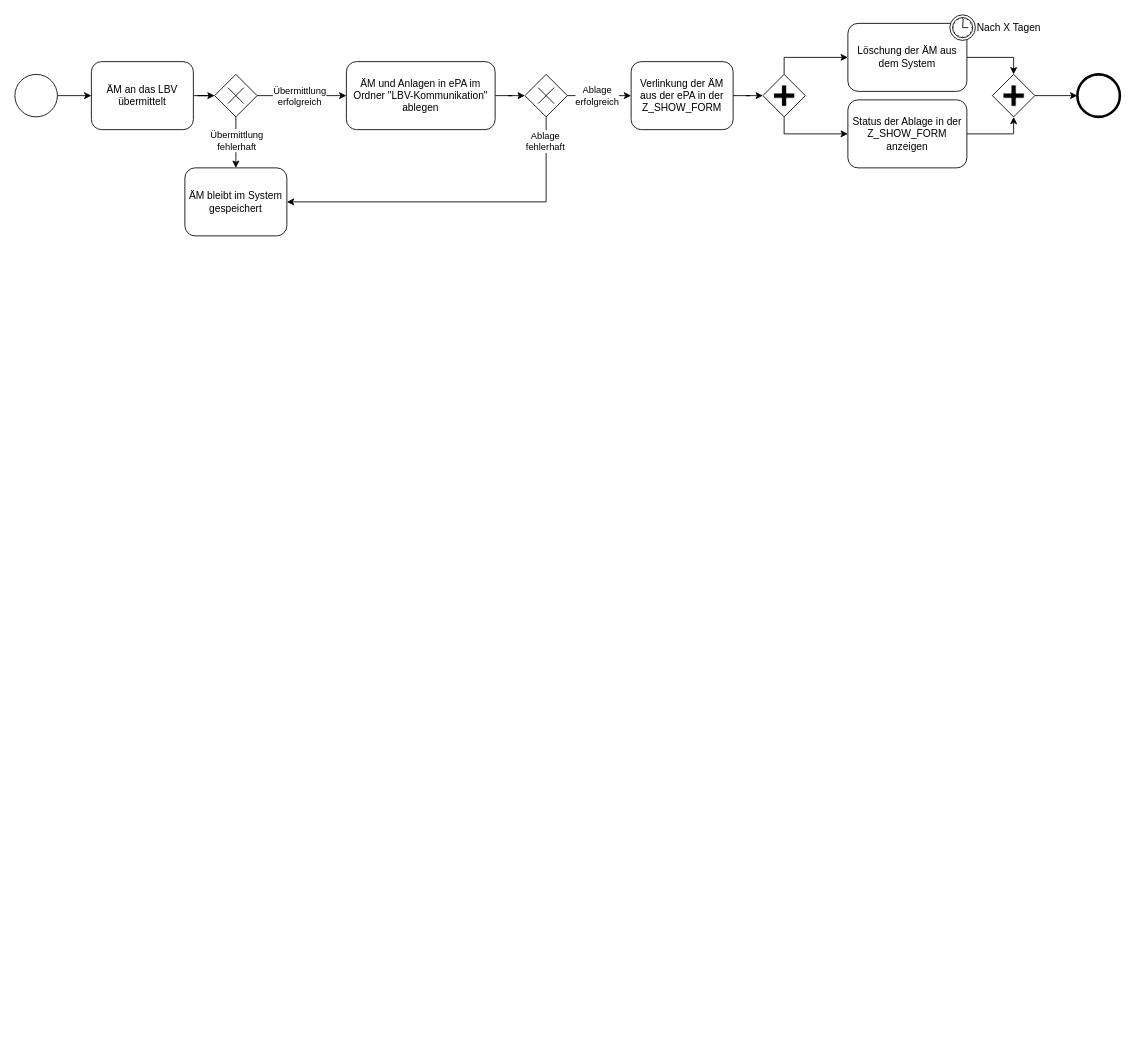
The draw.io diagram ePA.drawio in Fa8io/Sequenzdiagramm, before the edit. Source tidied: cells renumbered, new cells numbered last; positions are measured from the earlier drawing's top-left corner, leaving out a move shared by most shapes. Both pictures are drawn from the tidied source at 85%, with x=0, y=0 at pixel (14, 14).
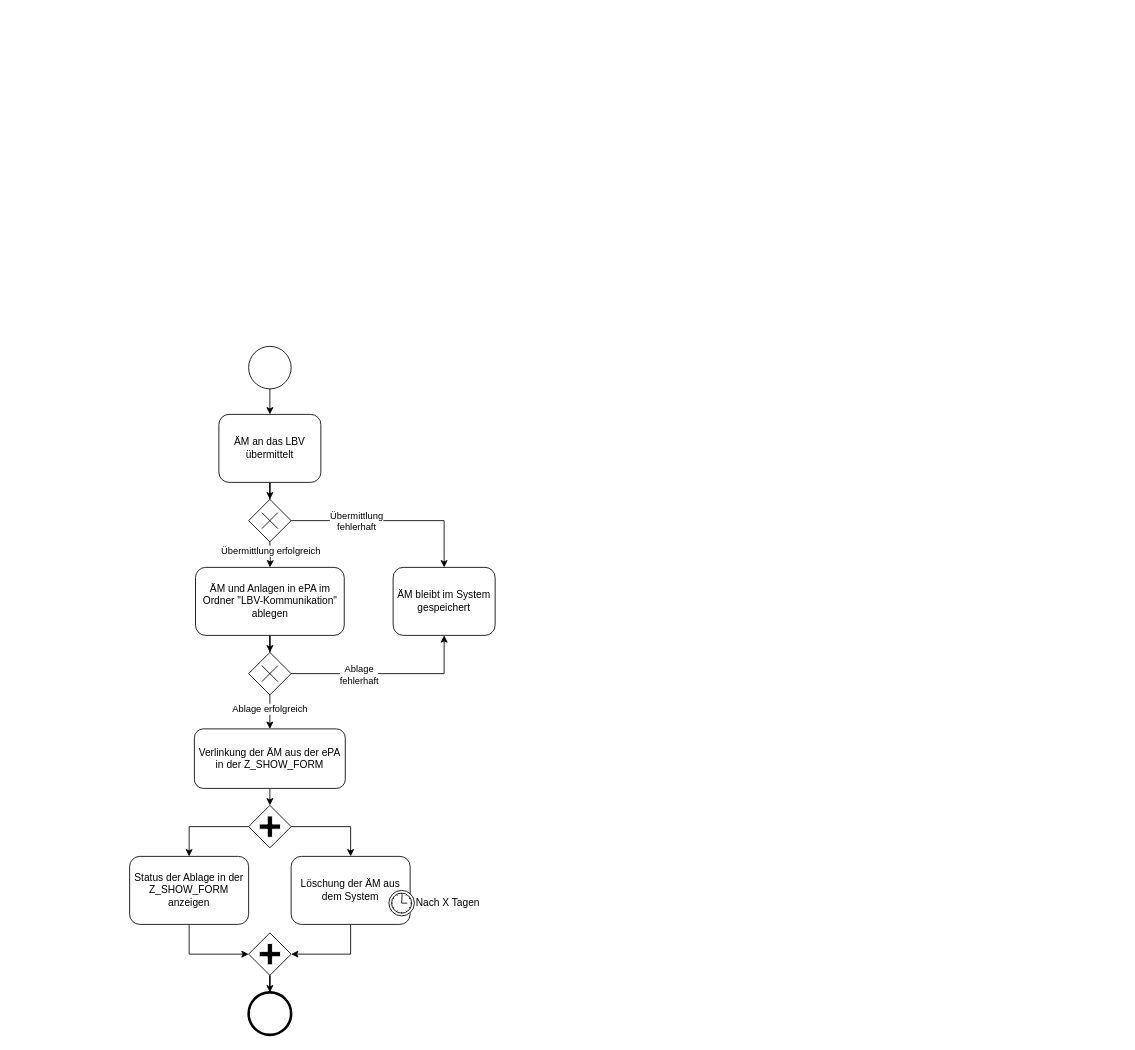
After the change.

Diff of the diagram source:
```diff
@@
-    <mxCell id="2" style="edgeStyle=orthogonalEdgeStyle;rounded=0;jettySize=auto;html=1;" parent="1" edge="1" source="3" target="5">
-      <mxGeometry relative="1" as="geometry" />
-    </mxCell>
-    <mxCell id="3" style="shape=mxgraph.bpmn.shape;html=1;verticalLabelPosition=bottom;labelBackgroundColor=#ffffff;verticalAlign=top;perimeter=ellipsePerimeter;outline=standard;symbol=general;" parent="1" vertex="1">
-      <mxGeometry y="70" width="50" height="50" as="geometry" />
-    </mxCell>
-    <mxCell id="4" style="edgeStyle=orthogonalEdgeStyle;rounded=0;jettySize=auto;html=1;" parent="1" edge="1" source="5" target="16">
-      <mxGeometry relative="1" as="geometry" />
-    </mxCell>
+    <mxCell id="36" style="edgeStyle=orthogonalEdgeStyle;rounded=0;jettySize=auto;html=1;entryX=0.5;entryY=0;entryDx=0;entryDy=0;" parent="1" edge="1" source="37">
+      <mxGeometry relative="1" as="geometry">
+        <mxPoint x="300" y="470" as="targetPoint" />
+      </mxGeometry>
+    </mxCell>
+    <mxCell id="37" style="shape=mxgraph.bpmn.shape;html=1;verticalLabelPosition=bottom;labelBackgroundColor=#ffffff;verticalAlign=top;perimeter=ellipsePerimeter;outline=standard;symbol=general;" parent="1" vertex="1">
+      <mxGeometry x="275" y="390" width="50" height="50" as="geometry" />
+    </mxCell>
+    <mxCell id="38" style="edgeStyle=orthogonalEdgeStyle;rounded=0;jettySize=auto;html=1;entryX=0.5;entryY=0;entryDx=0;entryDy=0;" parent="1" edge="1" source="5" target="40">
+      <mxGeometry relative="1" as="geometry" />
+    </mxCell>
     <mxCell id="5" value="ÄM an das LBV übermittelt" style="shape=ext;rounded=1;html=1;whiteSpace=wrap;" parent="1" vertex="1">
-      <mxGeometry x="90" y="55" width="120" height="80" as="geometry" />
+      <mxGeometry x="240" y="470" width="120" height="80" as="geometry" />
     </mxCell>
-    <mxCell id="6" style="edgeStyle=orthogonalEdgeStyle;rounded=0;orthogonalLoop=1;jettySize=auto;html=1;" parent="1" edge="1">
-      <mxGeometry relative="1" as="geometry">
-        <mxPoint x="260" y="120" as="sourcePoint" />
-        <mxPoint x="260" y="180" as="targetPoint" />
-      </mxGeometry>
-    </mxCell>
+    <mxCell id="39" style="group;" parent="1" vertex="1">
+      <mxGeometry x="275" y="570" width="50" height="50" as="geometry" />
+    </mxCell>
+    <mxCell id="40" style="rhombus;whiteSpace=wrap;html=1;" parent="39" vertex="1">
+      <mxGeometry width="50" height="50" as="geometry" />
+    </mxCell>
+    <mxCell id="41" style="shape=mxgraph.sysml.x;" parent="39" vertex="1">
+      <mxGeometry x="15.6" y="15.6" width="18.8" height="18.8" as="geometry" />
+    </mxCell>
+    <mxCell id="42" style="edgeStyle=orthogonalEdgeStyle;rounded=0;jettySize=auto;html=1;entryX=0.5;entryY=0;entryDx=0;entryDy=0;" parent="1" edge="1" source="9" target="46">
+      <mxGeometry relative="1" as="geometry" />
+    </mxCell>
+    <mxCell id="9" value="ÄM und Anlagen in ePA im Ordner &quot;LBV-Kommunikation&quot; ablegen" style="shape=ext;rounded=1;html=1;whiteSpace=wrap;" parent="1" vertex="1">
+      <mxGeometry x="212.5" y="650" width="175" height="80" as="geometry" />
+    </mxCell>
+    <mxCell id="43" style="edgeStyle=orthogonalEdgeStyle;rounded=0;jettySize=auto;html=1;" parent="1" edge="1" target="9">
+      <mxGeometry relative="1" as="geometry">
+        <mxPoint x="300" y="620" as="sourcePoint" />
+      </mxGeometry>
+    </mxCell>
+    <mxCell id="24" value="Übermittlung erfolgreich" style="edgeLabel;html=1;align=center;verticalAlign=middle;" parent="43" vertex="1">
+      <mxGeometry x="-0.15" y="-4" relative="1" as="geometry">
+        <mxPoint x="4" y="-3" as="offset" />
+      </mxGeometry>
+    </mxCell>
+    <mxCell id="12" value="ÄM bleibt im System gespeichert" style="shape=ext;rounded=1;html=1;whiteSpace=wrap;" parent="1" vertex="1">
+      <mxGeometry x="445" y="650" width="120" height="80" as="geometry" />
+    </mxCell>
+    <mxCell id="44" style="edgeStyle=orthogonalEdgeStyle;rounded=0;jettySize=auto;html=1;entryX=0.5;entryY=0;entryDx=0;entryDy=0;" parent="1" edge="1" source="40" target="12">
+      <mxGeometry relative="1" as="geometry" />
+    </mxCell>
-    <mxCell id="7" value="Übermittlung&lt;div&gt;fehlerhaft&lt;/div&gt;" style="edgeLabel;html=1;align=center;verticalAlign=middle;" parent="6" vertex="1">
-      <mxGeometry x="-0.11" relative="1" as="geometry" />
+    <mxCell id="7" value="Übermittlung&lt;div&gt;fehlerhaft&lt;/div&gt;" style="edgeLabel;html=1;align=center;verticalAlign=middle;" parent="44" vertex="1">
+      <mxGeometry x="-0.51" relative="1" as="geometry">
+        <mxPoint x="18" as="offset" />
+      </mxGeometry>
     </mxCell>
-    <mxCell id="8" style="edgeStyle=orthogonalEdgeStyle;rounded=0;jettySize=auto;html=1;entryX=0;entryY=0.5;entryDx=0;entryDy=0;" parent="1" edge="1" source="9" target="19">
-      <mxGeometry relative="1" as="geometry" />
-    </mxCell>
-    <mxCell id="9" value="ÄM und Anlagen in ePA im Ordner &quot;LBV-Kommunikation&quot; ablegen" style="shape=ext;rounded=1;html=1;whiteSpace=wrap;" parent="1" vertex="1">
-      <mxGeometry x="390" y="55" width="175" height="80" as="geometry" />
-    </mxCell>
-    <mxCell id="10" style="edgeStyle=orthogonalEdgeStyle;rounded=0;jettySize=auto;html=1;entryX=0;entryY=0.5;entryDx=0;entryDy=0;" parent="1" edge="1" source="11" target="29">
-      <mxGeometry relative="1" as="geometry" />
-    </mxCell>
+    <mxCell id="45" style="group;" parent="1" vertex="1">
+      <mxGeometry x="275" y="750" width="50" height="50" as="geometry" />
+    </mxCell>
+    <mxCell id="46" style="rhombus;whiteSpace=wrap;html=1;" parent="45" vertex="1">
+      <mxGeometry width="50" height="50" as="geometry" />
+    </mxCell>
+    <mxCell id="47" style="shape=mxgraph.sysml.x;" parent="45" vertex="1">
+      <mxGeometry x="15.6" y="15.6" width="18.8" height="18.8" as="geometry" />
+    </mxCell>
+    <mxCell id="48" style="edgeStyle=orthogonalEdgeStyle;rounded=0;jettySize=auto;html=1;entryX=0.5;entryY=1;entryDx=0;entryDy=0;" parent="1" edge="1" source="46" target="12">
+      <mxGeometry relative="1" as="geometry" />
+    </mxCell>
+    <mxCell id="32" value="Ablage&lt;div&gt;fehlerhaft&lt;/div&gt;" style="edgeLabel;html=1;align=center;verticalAlign=middle;" parent="48" vertex="1">
+      <mxGeometry x="-0.3" y="-1" relative="1" as="geometry" />
+    </mxCell>
+    <mxCell id="49" style="edgeStyle=orthogonalEdgeStyle;rounded=0;jettySize=auto;html=1;entryX=0.5;entryY=0;entryDx=0;entryDy=0;" parent="1" edge="1" source="11" target="53">
+      <mxGeometry relative="1" as="geometry" />
+    </mxCell>
     <mxCell id="11" value="Verlinkung der ÄM aus der ePA in der Z_SHOW_FORM" style="shape=ext;rounded=1;html=1;whiteSpace=wrap;" parent="1" vertex="1">
-      <mxGeometry x="725" y="55" width="120" height="80" as="geometry" />
+      <mxGeometry x="211.2" y="840" width="177.5" height="70" as="geometry" />
     </mxCell>
-    <mxCell id="12" value="ÄM bleibt im System gespeichert" style="shape=ext;rounded=1;html=1;whiteSpace=wrap;" parent="1" vertex="1">
-      <mxGeometry x="200" y="180" width="120" height="80" as="geometry" />
-    </mxCell>
-    <mxCell id="13" style="edgeStyle=orthogonalEdgeStyle;rounded=0;jettySize=auto;html=1;entryX=0.5;entryY=1;entryDx=0;entryDy=0;" parent="1" edge="1" source="14" target="33">
-      <mxGeometry relative="1" as="geometry" />
-    </mxCell>
+    <mxCell id="50" style="edgeStyle=orthogonalEdgeStyle;rounded=0;jettySize=auto;html=1;" parent="1" edge="1" source="46" target="11">
+      <mxGeometry relative="1" as="geometry" />
+    </mxCell>
+    <mxCell id="26" value="Ablage erfolgreich" style="edgeLabel;html=1;align=center;verticalAlign=middle;" parent="50" vertex="1">
+      <mxGeometry x="-0.2" y="-1" relative="1" as="geometry" />
+    </mxCell>
+    <mxCell id="51" style="edgeStyle=orthogonalEdgeStyle;rounded=0;jettySize=auto;html=1;entryX=0.5;entryY=0;entryDx=0;entryDy=0;" parent="1" edge="1" source="53" target="14">
+      <mxGeometry relative="1" as="geometry">
+        <Array as="points">
+          <mxPoint x="205" y="955" />
+        </Array>
+      </mxGeometry>
+    </mxCell>
+    <mxCell id="52" style="edgeStyle=orthogonalEdgeStyle;rounded=0;jettySize=auto;html=1;entryX=0.5;entryY=0;entryDx=0;entryDy=0;" parent="1" edge="1" source="53" target="22">
+      <mxGeometry relative="1" as="geometry">
+        <Array as="points">
+          <mxPoint x="395" y="955" />
+        </Array>
+      </mxGeometry>
+    </mxCell>
+    <mxCell id="53" style="shape=mxgraph.bpmn.shape;html=1;verticalLabelPosition=bottom;labelBackgroundColor=#ffffff;verticalAlign=top;perimeter=rhombusPerimeter;background=gateway;outline=none;symbol=parallelGw;" parent="1" vertex="1">
+      <mxGeometry x="275" y="930" width="50" height="50" as="geometry" />
+    </mxCell>
+    <mxCell id="54" style="edgeStyle=orthogonalEdgeStyle;rounded=0;jettySize=auto;html=1;entryX=0;entryY=0.5;entryDx=0;entryDy=0;" parent="1" edge="1" source="14" target="58">
+      <mxGeometry relative="1" as="geometry" />
+    </mxCell>
     <mxCell id="14" value="Status der Ablage in der Z_SHOW_FORM anzeigen" style="shape=ext;rounded=1;html=1;whiteSpace=wrap;" parent="1" vertex="1">
-      <mxGeometry x="980" y="100" width="140" height="80" as="geometry" />
+      <mxGeometry x="135" y="990" width="140" height="80" as="geometry" />
     </mxCell>
-    <mxCell id="15" style="group;" parent="1" vertex="1">
-      <mxGeometry x="235" y="70" width="50" height="50" as="geometry" />
-    </mxCell>
-    <mxCell id="16" style="rhombus;whiteSpace=wrap;html=1;" parent="15" vertex="1">
-      <mxGeometry width="50" height="50" as="geometry" />
-    </mxCell>
-    <mxCell id="17" style="shape=mxgraph.sysml.x;" parent="15" vertex="1">
-      <mxGeometry x="15.6" y="15.6" width="18.8" height="18.8" as="geometry" />
-    </mxCell>
-    <mxCell id="18" style="group;" parent="1" vertex="1">
-      <mxGeometry x="600" y="70" width="50" height="50" as="geometry" />
-    </mxCell>
-    <mxCell id="19" style="rhombus;whiteSpace=wrap;html=1;" parent="18" vertex="1">
-      <mxGeometry width="50" height="50" as="geometry" />
-    </mxCell>
-    <mxCell id="20" style="shape=mxgraph.sysml.x;" parent="18" vertex="1">
-      <mxGeometry x="15.6" y="15.6" width="18.8" height="18.8" as="geometry" />
-    </mxCell>
-    <mxCell id="21" style="edgeStyle=orthogonalEdgeStyle;rounded=0;jettySize=auto;html=1;entryX=0.5;entryY=0;entryDx=0;entryDy=0;" parent="1" edge="1" source="22" target="33">
-      <mxGeometry relative="1" as="geometry" />
-    </mxCell>
+    <mxCell id="55" style="edgeStyle=orthogonalEdgeStyle;rounded=0;jettySize=auto;html=1;entryX=1;entryY=0.5;entryDx=0;entryDy=0;" parent="1" edge="1" source="22" target="58">
+      <mxGeometry relative="1" as="geometry" />
+    </mxCell>
     <mxCell id="22" value="Löschung der ÄM aus dem System" style="shape=ext;rounded=1;html=1;whiteSpace=wrap;" parent="1" vertex="1">
-      <mxGeometry x="980" y="10" width="140" height="80" as="geometry" />
+      <mxGeometry x="325" y="990" width="140" height="80" as="geometry" />
     </mxCell>
-    <mxCell id="23" style="edgeStyle=orthogonalEdgeStyle;rounded=0;jettySize=auto;html=1;entryX=0;entryY=0.5;entryDx=0;entryDy=0;" parent="1" edge="1" source="16" target="9">
-      <mxGeometry relative="1" as="geometry" />
-    </mxCell>
-    <mxCell id="24" value="Übermittlung&lt;div&gt;erfolgreich&lt;/div&gt;" style="edgeLabel;html=1;align=center;verticalAlign=middle;" parent="23" vertex="1">
-      <mxGeometry x="-0.07" relative="1" as="geometry" />
-    </mxCell>
-    <mxCell id="25" style="edgeStyle=orthogonalEdgeStyle;rounded=0;jettySize=auto;html=1;entryX=0;entryY=0.5;entryDx=0;entryDy=0;" parent="1" edge="1" source="19" target="11">
-      <mxGeometry relative="1" as="geometry" />
-    </mxCell>
-    <mxCell id="26" value="Ablage&lt;div&gt;erfolgreich&lt;/div&gt;" style="edgeLabel;html=1;align=center;verticalAlign=middle;" parent="25" vertex="1">
-      <mxGeometry x="-0.09" y="1" relative="1" as="geometry" />
-    </mxCell>
-    <mxCell id="27" style="edgeStyle=orthogonalEdgeStyle;rounded=0;jettySize=auto;html=1;entryX=0;entryY=0.5;entryDx=0;entryDy=0;" parent="1" edge="1" source="29" target="22">
-      <mxGeometry relative="1" as="geometry">
-        <Array as="points">
-          <mxPoint x="905" y="50" />
-        </Array>
-      </mxGeometry>
-    </mxCell>
-    <mxCell id="28" style="edgeStyle=orthogonalEdgeStyle;rounded=0;jettySize=auto;html=1;entryX=0;entryY=0.5;entryDx=0;entryDy=0;" parent="1" edge="1" source="29" target="14">
-      <mxGeometry relative="1" as="geometry">
-        <Array as="points">
-          <mxPoint x="905" y="140" />
-        </Array>
-      </mxGeometry>
-    </mxCell>
-    <mxCell id="29" style="shape=mxgraph.bpmn.shape;html=1;verticalLabelPosition=bottom;labelBackgroundColor=#ffffff;verticalAlign=top;perimeter=rhombusPerimeter;background=gateway;outline=none;symbol=parallelGw;" parent="1" vertex="1">
-      <mxGeometry x="880" y="70" width="50" height="50" as="geometry" />
-    </mxCell>
     <mxCell id="30" value="Nach X Tagen" style="shape=mxgraph.bpmn.timer_start;perimeter=ellipsePerimeter;html=1;labelPosition=right;labelBackgroundColor=#ffffff;align=left;" parent="1" vertex="1">
-      <mxGeometry x="1100" width="30" height="30" as="geometry" />
+      <mxGeometry x="440" y="1030" width="30" height="30" as="geometry" />
     </mxCell>
-    <mxCell id="31" style="edgeStyle=orthogonalEdgeStyle;rounded=0;jettySize=auto;html=1;entryX=1;entryY=0.5;entryDx=0;entryDy=0;" parent="1" edge="1" target="12">
-      <mxGeometry relative="1" as="geometry">
-        <mxPoint x="625" y="120" as="sourcePoint" />
-        <Array as="points">
-          <mxPoint x="625" y="220" />
-        </Array>
-      </mxGeometry>
-    </mxCell>
-    <mxCell id="32" value="Ablage&lt;div&gt;fehlerhaft&lt;/div&gt;" style="edgeLabel;html=1;align=center;verticalAlign=middle;" parent="31" vertex="1">
-      <mxGeometry x="-0.86" y="-2" relative="1" as="geometry" />
-    </mxCell>
-    <mxCell id="33" style="shape=mxgraph.bpmn.shape;html=1;verticalLabelPosition=bottom;labelBackgroundColor=#ffffff;verticalAlign=top;perimeter=rhombusPerimeter;background=gateway;outline=none;symbol=parallelGw;" parent="1" vertex="1">
-      <mxGeometry x="1150" y="70" width="50" height="50" as="geometry" />
-    </mxCell>
-    <mxCell id="34" style="shape=mxgraph.bpmn.shape;html=1;verticalLabelPosition=bottom;labelBackgroundColor=#ffffff;verticalAlign=top;perimeter=ellipsePerimeter;outline=end;symbol=general;" parent="1" vertex="1">
-      <mxGeometry x="1250" y="70" width="50" height="50" as="geometry" />
-    </mxCell>
-    <mxCell id="35" style="edgeStyle=orthogonalEdgeStyle;rounded=0;html=1;jettySize=auto;" parent="1" edge="1" source="33" target="34">
-      <mxGeometry relative="1" as="geometry" />
-    </mxCell>
+    <mxCell id="56" style="shape=mxgraph.bpmn.shape;html=1;verticalLabelPosition=bottom;labelBackgroundColor=#ffffff;verticalAlign=top;perimeter=ellipsePerimeter;outline=end;symbol=general;" parent="1" vertex="1">
+      <mxGeometry x="275" y="1150" width="50" height="50" as="geometry" />
+    </mxCell>
+    <mxCell id="57" style="edgeStyle=orthogonalEdgeStyle;rounded=0;jettySize=auto;html=1;entryX=0.5;entryY=0;entryDx=0;entryDy=0;" parent="1" edge="1" source="58" target="56">
+      <mxGeometry relative="1" as="geometry" />
+    </mxCell>
+    <mxCell id="58" style="shape=mxgraph.bpmn.shape;html=1;verticalLabelPosition=bottom;labelBackgroundColor=#ffffff;verticalAlign=top;perimeter=rhombusPerimeter;background=gateway;outline=none;symbol=parallelGw;" parent="1" vertex="1">
+      <mxGeometry x="275" y="1080" width="50" height="50" as="geometry" />
+    </mxCell>
```
